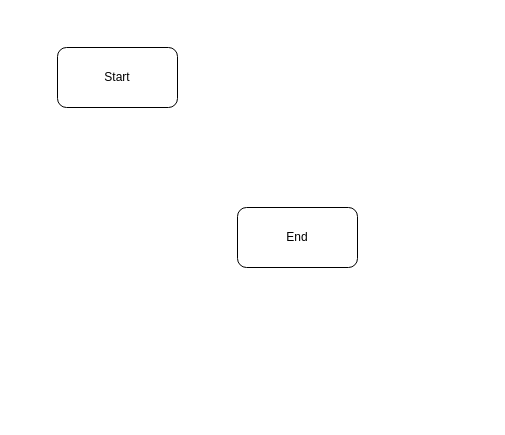
Before: extudent-order.drawio in BlackIQ/.github, a draw.io diagram. Source tidied: cells renumbered, new cells numbered last; positions are measured from the earlier drawing's top-left corner, leaving out a move shared by most shapes. Both pictures are drawn from the tidied source at 100%, with x=0, y=0 at pixel (57, 47).
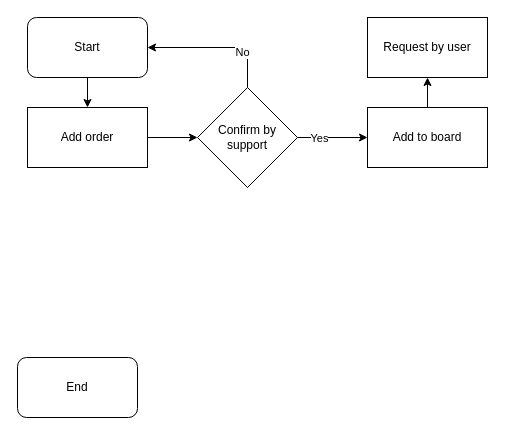
The same diagram, later.

The edit, as a diff of the source:
```diff
@@
 <mxGraphModel>
   <root>
     <mxCell id="0" />
     <mxCell id="1" parent="0" />
+    <mxCell id="4" style="edgeStyle=orthogonalEdgeStyle;rounded=0;jettySize=auto;html=1;entryX=0.5;entryY=0;entryDx=0;entryDy=0;" parent="1" edge="1" source="2" target="6">
+      <mxGeometry relative="1" as="geometry" />
+    </mxCell>
     <mxCell id="2" value="Start" style="rounded=1;whiteSpace=wrap;html=1;" parent="1" vertex="1">
-      <mxGeometry width="120" height="60" as="geometry" />
+      <mxGeometry x="-30" y="-30" width="120" height="60" as="geometry" />
     </mxCell>
     <mxCell id="3" value="End" style="rounded=1;whiteSpace=wrap;html=1;" parent="1" vertex="1">
-      <mxGeometry x="180" y="160" width="120" height="60" as="geometry" />
+      <mxGeometry x="-40" y="310" width="120" height="60" as="geometry" />
     </mxCell>
+    <mxCell id="5" style="edgeStyle=orthogonalEdgeStyle;rounded=0;jettySize=auto;html=1;entryX=0;entryY=0.5;entryDx=0;entryDy=0;" parent="1" edge="1" source="6" target="11">
+      <mxGeometry relative="1" as="geometry" />
+    </mxCell>
+    <mxCell id="6" value="Add order" style="rounded=0;whiteSpace=wrap;html=1;" parent="1" vertex="1">
+      <mxGeometry x="-30" y="60" width="120" height="60" as="geometry" />
+    </mxCell>
+    <mxCell id="7" style="edgeStyle=orthogonalEdgeStyle;rounded=0;jettySize=auto;html=1;exitX=0.5;exitY=0;exitDx=0;exitDy=0;entryX=1;entryY=0.5;entryDx=0;entryDy=0;" parent="1" edge="1" source="11" target="2">
+      <mxGeometry relative="1" as="geometry" />
+    </mxCell>
+    <mxCell id="8" value="No" style="edgeLabel;html=1;align=center;verticalAlign=middle;" parent="7" vertex="1">
+      <mxGeometry x="-0.34" y="4" relative="1" as="geometry" />
+    </mxCell>
+    <mxCell id="9" style="edgeStyle=orthogonalEdgeStyle;rounded=0;jettySize=auto;html=1;entryX=0;entryY=0.5;entryDx=0;entryDy=0;" parent="1" edge="1" source="11" target="13">
+      <mxGeometry relative="1" as="geometry" />
+    </mxCell>
+    <mxCell id="10" value="Yes" style="edgeLabel;html=1;align=center;verticalAlign=middle;" parent="9" vertex="1">
+      <mxGeometry x="-0.41" relative="1" as="geometry" />
+    </mxCell>
+    <mxCell id="11" value="Confirm by support" style="rhombus;whiteSpace=wrap;html=1;" parent="1" vertex="1">
+      <mxGeometry x="140" y="40" width="100" height="100" as="geometry" />
+    </mxCell>
+    <mxCell id="12" style="edgeStyle=orthogonalEdgeStyle;rounded=0;jettySize=auto;html=1;entryX=0.5;entryY=1;entryDx=0;entryDy=0;" parent="1" edge="1" source="13" target="14">
+      <mxGeometry relative="1" as="geometry" />
+    </mxCell>
+    <mxCell id="13" value="Add to board" style="rounded=0;whiteSpace=wrap;html=1;" parent="1" vertex="1">
+      <mxGeometry x="310" y="60" width="120" height="60" as="geometry" />
+    </mxCell>
+    <mxCell id="14" value="Request by user" style="rounded=0;whiteSpace=wrap;html=1;" parent="1" vertex="1">
+      <mxGeometry x="310" y="-30" width="120" height="60" as="geometry" />
+    </mxCell>
   </root>
 </mxGraphModel>
```
